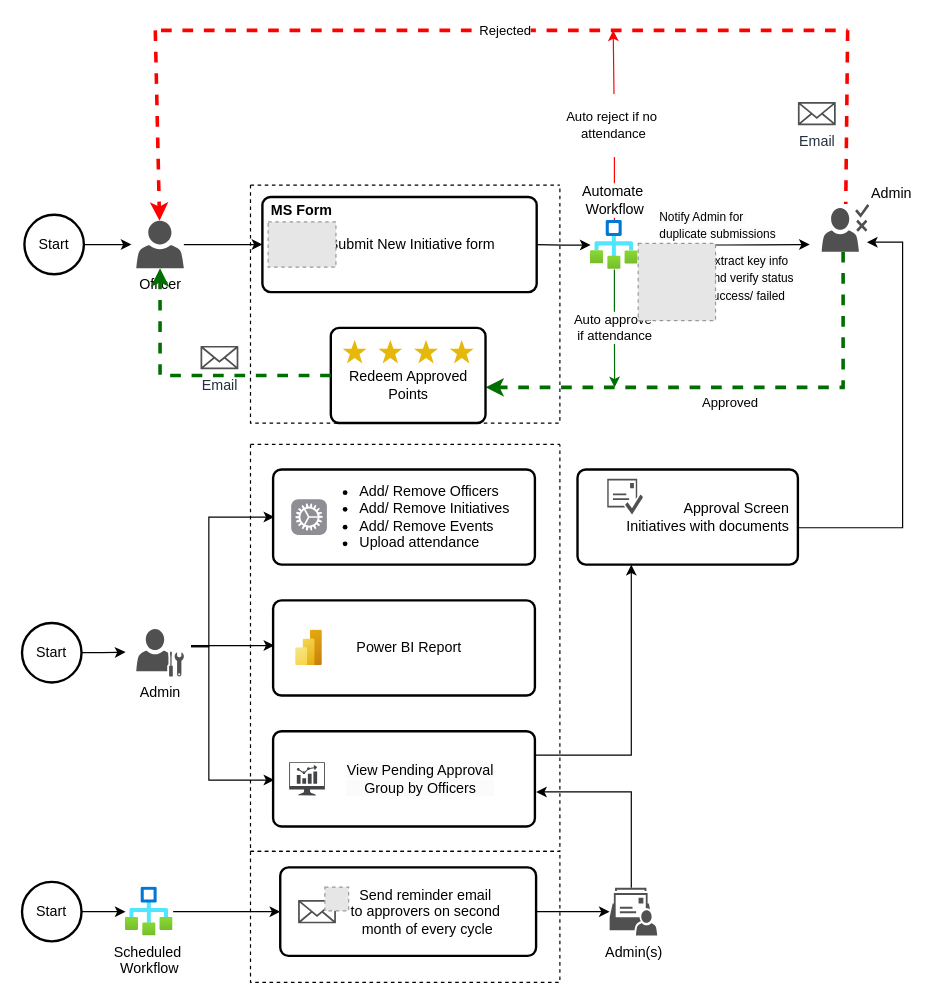
The draw.io diagram Untitled Diagram.drawio in ganeshglitz/drawio, before the edit. Source tidied: cells renumbered, new cells numbered last; positions are measured from the earlier drawing's top-left corner, leaving out a move shared by most shapes. Both pictures are drawn from the tidied source at 119%, with x=0, y=0 at pixel (21, 30). Pictures stored in the file or linked from it are replaced by grey dashed boxes.
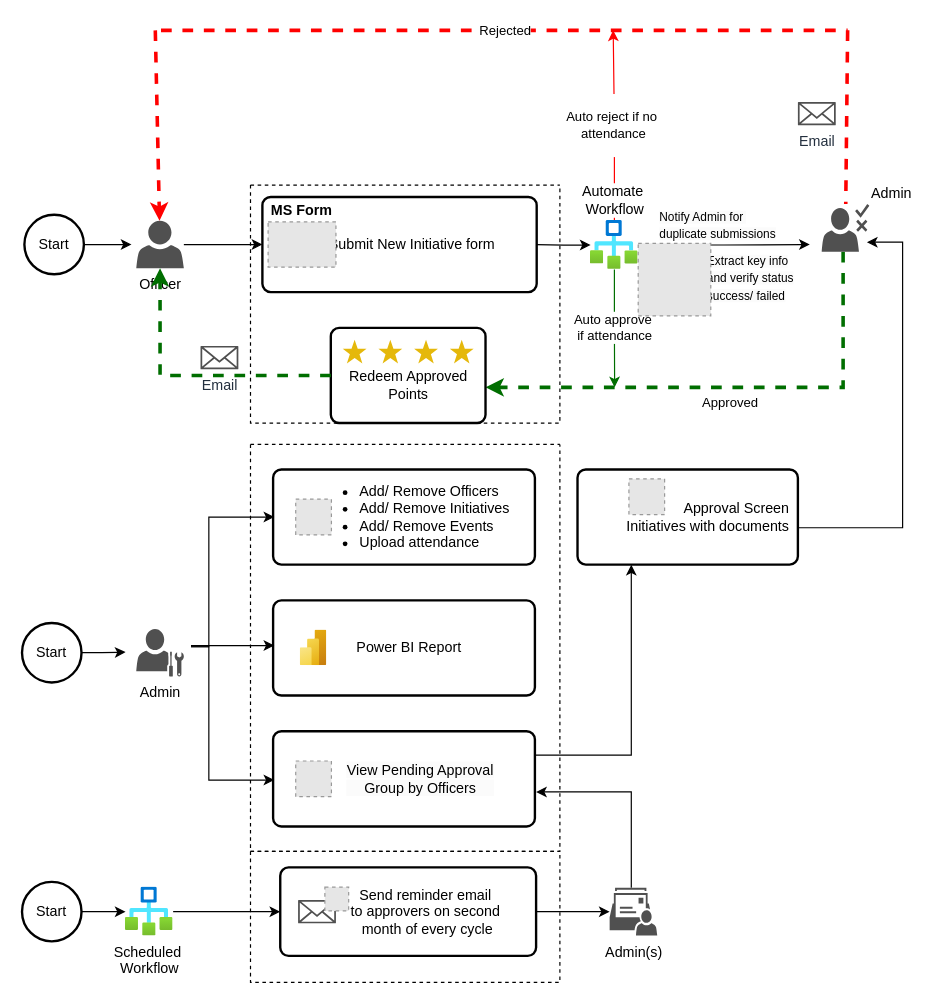
Above is the later version.

The change refers to these unchanged cells:
```xml
<mxCell id="36" style="group;" parent="1" vertex="1">
  <mxGeometry x="192" y="348" width="260" height="342" as="geometry" />
</mxCell>
<mxCell id="43" style="swimlane;startSize=0;dashed=1;" parent="36" vertex="1">
  <mxGeometry width="260" height="342" as="geometry" />
</mxCell>
<mxCell id="52" style="group;" parent="1" vertex="1">
  <mxGeometry x="466.8" y="369" width="185.2" height="80" as="geometry" />
</mxCell>
```

What changed in the source:
```diff
@@
     <mxCell id="40" style="image;html=1;align=center;fontSize=12;image=img/lib/azure2/analytics/Power_BI_Embedded.svg;" parent="36" vertex="1">
-      <mxGeometry x="38" y="156" width="22.5" height="30" as="geometry" />
+      <mxGeometry x="41.8" y="156" width="22.5" height="30" as="geometry" />
     </mxCell>
-    <mxCell id="41" style="sketch=0;shadow=0;dashed=0;html=1;strokeColor=none;fillColor=#434445;labelPosition=center;verticalLabelPosition=bottom;verticalAlign=top;align=center;shape=mxgraph.vvd.nsx_dashboard;" parent="36" vertex="1">
-      <mxGeometry x="32.5" y="267" width="30" height="27.9" as="geometry" />
-    </mxCell>
-    <mxCell id="42" style="html=1;strokeWidth=1;shadow=0;dashed=0;shape=mxgraph.ios7.misc.settings;fillColor=#8F8E94;strokeColor=none;buttonText=;strokeColor2=#222222;fontColor=#222222;fontSize=8;verticalLabelPosition=bottom;verticalAlign=top;align=center;sketch=0;" parent="36" vertex="1">
-      <mxGeometry x="34.2" y="46" width="30" height="30" as="geometry" />
-    </mxCell>
@@
+    <mxCell id="64" style="fillColor=#E6E6E6;strokeColor=#999999;dashed=1;verticalLabelPosition=bottom;labelBackgroundColor=default;verticalAlign=top;" parent="43" vertex="1">
+      <mxGeometry x="38" y="46" width="30" height="30" as="geometry" />
+    </mxCell>
+    <mxCell id="65" style="fillColor=#E6E6E6;strokeColor=#999999;dashed=1;verticalLabelPosition=bottom;labelBackgroundColor=default;verticalAlign=top;" parent="36" vertex="1">
+      <mxGeometry x="38" y="266" width="30" height="30" as="geometry" />
+    </mxCell>
@@
-    <mxCell id="54" style="sketch=0;shadow=0;dashed=0;html=1;strokeColor=none;fillColor=#505050;labelPosition=center;verticalLabelPosition=bottom;verticalAlign=top;align=center;shape=mxgraph.office.concepts.email_approved;" parent="52" vertex="1">
-      <mxGeometry x="25" y="7.9" width="30" height="30" as="geometry" />
-    </mxCell>
@@
+    <mxCell id="66" style="fillColor=#E6E6E6;strokeColor=#999999;dashed=1;verticalLabelPosition=bottom;labelBackgroundColor=default;verticalAlign=top;" parent="52" vertex="1">
+      <mxGeometry x="43.2" y="7.9" width="30" height="30" as="geometry" />
+    </mxCell>
@@
     <mxCell id="63" style="fillColor=#E6E6E6;strokeColor=#999999;dashed=1;verticalLabelPosition=bottom;labelBackgroundColor=default;verticalAlign=top;" parent="1" vertex="1">
-      <mxGeometry x="517.8" y="179" width="65" height="65" as="geometry" />
+      <mxGeometry x="517.8" y="179" width="61" height="61" as="geometry" />
     </mxCell>
```
